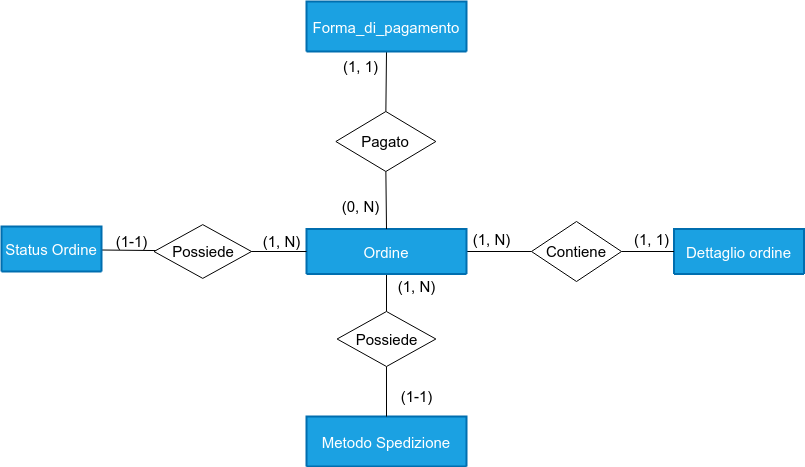
Above: doc/ordine/ordine_scheletro.png in EndriDomiUni/E-commerce (draw.io), before the change. Source tidied: cells renumbered, new cells last; positions are measured from the earlier drawing's top-left corner, leaving out a move shared by most shapes.
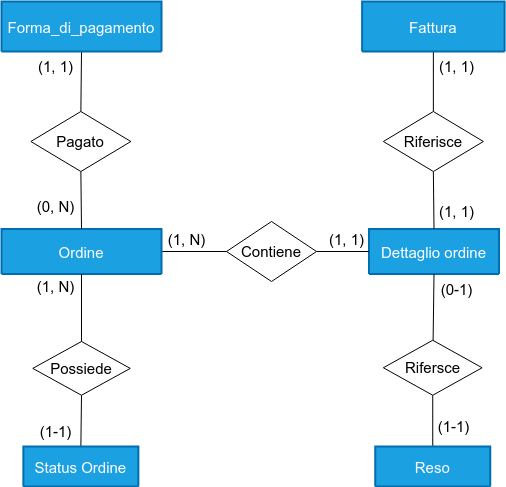
The same diagram one commit later.

Change to the diagram source:
```diff
@@ -2,26 +2,14 @@
   <root>
     <mxCell id="0" />
     <mxCell id="1" parent="0" />
-    <mxCell id="2" value="Metodo Spedizione" style="swimlane;horizontal=1;startSize=90;rounded=1;fontSize=15;fontStyle=0;strokeWidth=2;shadow=0;dashed=0;align=center;fillColor=#1ba1e2;fontColor=#ffffff;strokeColor=#006EAF;" parent="1" vertex="1">
-      <mxGeometry x="305" y="415" width="160" height="50" as="geometry" />
-    </mxCell>
-    <mxCell id="3" style="edgeStyle=none;html=1;exitX=1;exitY=0.5;exitDx=0;exitDy=0;entryX=0;entryY=0.5;entryDx=0;entryDy=0;startArrow=none;startFill=0;endArrow=none;endFill=0;fontSize=15;" parent="1" edge="1" source="4" target="8">
+    <mxCell id="3" style="edgeStyle=none;html=1;exitX=0.5;exitY=1;exitDx=0;exitDy=0;entryX=0.5;entryY=0;entryDx=0;entryDy=0;endArrow=none;endFill=0;" parent="1" edge="1" source="4" target="8">
       <mxGeometry relative="1" as="geometry" />
     </mxCell>
     <mxCell id="4" value="Possiede" style="shape=rhombus;perimeter=rhombusPerimeter;whiteSpace=wrap;html=1;align=center;fontSize=15;" parent="1" vertex="1">
-      <mxGeometry x="152.5" y="223.1" width="97.5" height="53.8" as="geometry" />
+      <mxGeometry x="336.2" y="340" width="97.5" height="53.8" as="geometry" />
     </mxCell>
-    <mxCell id="5" style="edgeStyle=none;html=1;exitX=0.5;exitY=1;exitDx=0;exitDy=0;entryX=0.5;entryY=0;entryDx=0;entryDy=0;startArrow=none;startFill=0;endArrow=none;endFill=0;fontSize=15;" parent="1" edge="1" source="7" target="2">
-      <mxGeometry relative="1" as="geometry" />
-    </mxCell>
-    <mxCell id="6" style="edgeStyle=none;html=1;exitX=0.5;exitY=0;exitDx=0;exitDy=0;entryX=0.5;entryY=1;entryDx=0;entryDy=0;startArrow=none;startFill=0;endArrow=none;endFill=0;fontSize=15;" parent="1" edge="1" source="7" target="21">
-      <mxGeometry relative="1" as="geometry" />
-    </mxCell>
-    <mxCell id="7" value="Possiede" style="shape=rhombus;perimeter=rhombusPerimeter;whiteSpace=wrap;html=1;align=center;fontSize=15;" parent="1" vertex="1">
-      <mxGeometry x="335.6" y="310" width="98.8" height="55" as="geometry" />
-    </mxCell>
     <mxCell id="8" value="Status Ordine" style="swimlane;horizontal=1;startSize=50;rounded=1;fontSize=15;fontStyle=0;strokeWidth=2;shadow=0;dashed=0;align=center;fillColor=#1ba1e2;fontColor=#ffffff;strokeColor=#006EAF;" parent="1" vertex="1">
-      <mxGeometry y="225" width="100" height="45" as="geometry" />
+      <mxGeometry x="326.9" y="445" width="115" height="40" as="geometry" />
     </mxCell>
     <mxCell id="9" value="Dettaglio ordine" style="swimlane;horizontal=1;startSize=65;rounded=1;fontSize=15;fontStyle=0;strokeWidth=2;shadow=0;dashed=0;align=center;fillColor=#1ba1e2;fontColor=#ffffff;strokeColor=#006EAF;" parent="1" vertex="1">
       <mxGeometry x="672.5" y="227.5" width="130" height="45" as="geometry" />
@@ -45,24 +33,18 @@
       <mxGeometry x="620" y="222.5" width="60" height="30" as="geometry" />
     </mxCell>
     <mxCell id="16" value="(1-1)" style="text;html=1;align=center;verticalAlign=middle;strokeColor=none;fillColor=none;fontSize=15;" parent="1" vertex="1">
-      <mxGeometry x="100" y="225" width="60" height="30" as="geometry" />
+      <mxGeometry x="329.4" y="415" width="60" height="30" as="geometry" />
     </mxCell>
-    <mxCell id="17" value="(1-1)" style="text;html=1;align=center;verticalAlign=middle;strokeColor=none;fillColor=none;fontSize=15;" parent="1" vertex="1">
-      <mxGeometry x="385" y="380" width="60" height="30" as="geometry" />
-    </mxCell>
     <mxCell id="18" value="(1, N)" style="text;html=1;align=center;verticalAlign=middle;strokeColor=none;fillColor=none;fontSize=15;" parent="1" vertex="1">
-      <mxGeometry x="250" y="225" width="60" height="30" as="geometry" />
+      <mxGeometry x="329.4" y="270" width="60" height="30" as="geometry" />
     </mxCell>
-    <mxCell id="19" value="(1, N)" style="text;html=1;align=center;verticalAlign=middle;strokeColor=none;fillColor=none;fontSize=15;" parent="1" vertex="1">
-      <mxGeometry x="385" y="270" width="60" height="30" as="geometry" />
-    </mxCell>
     <mxCell id="20" value="(0, N)" style="text;html=1;align=center;verticalAlign=middle;strokeColor=none;fillColor=none;fontSize=15;" parent="1" vertex="1">
       <mxGeometry x="329.4" y="190" width="60" height="30" as="geometry" />
     </mxCell>
     <mxCell id="21" value="Ordine" style="swimlane;horizontal=1;startSize=65;rounded=1;fontSize=15;fontStyle=0;strokeWidth=2;shadow=0;dashed=0;align=center;fillColor=#1ba1e2;fontColor=#ffffff;strokeColor=#006EAF;" parent="1" vertex="1">
       <mxGeometry x="305" y="227.5" width="160" height="45" as="geometry" />
     </mxCell>
-    <mxCell id="22" style="edgeStyle=none;html=1;exitX=1;exitY=0.5;exitDx=0;exitDy=0;entryX=0;entryY=0.5;entryDx=0;entryDy=0;startArrow=none;startFill=0;endArrow=none;endFill=0;fontSize=15;" parent="1" edge="1" source="4" target="21">
+    <mxCell id="22" style="edgeStyle=none;html=1;exitX=0.5;exitY=0;exitDx=0;exitDy=0;entryX=0.5;entryY=1;entryDx=0;entryDy=0;startArrow=none;startFill=0;endArrow=none;endFill=0;fontSize=15;" parent="1" edge="1" source="4" target="21">
       <mxGeometry relative="1" as="geometry" />
     </mxCell>
     <mxCell id="23" style="edgeStyle=none;html=1;exitX=0.5;exitY=1;exitDx=0;exitDy=0;entryX=0.5;entryY=0;entryDx=0;entryDy=0;endArrow=none;endFill=0;fontSize=15;" parent="1" edge="1" source="25" target="21">
@@ -80,5 +62,41 @@
     <mxCell id="27" value="(1, 1)" style="text;html=1;align=center;verticalAlign=middle;strokeColor=none;fillColor=none;fontSize=15;" parent="1" vertex="1">
       <mxGeometry x="329.4" y="50" width="60" height="30" as="geometry" />
     </mxCell>
+    <mxCell id="28" style="edgeStyle=none;html=1;exitX=0.5;exitY=0;exitDx=0;exitDy=0;entryX=0.5;entryY=1;entryDx=0;entryDy=0;endArrow=none;endFill=0;fontSize=15;" parent="1" edge="1" source="30" target="31">
+      <mxGeometry relative="1" as="geometry" />
+    </mxCell>
+    <mxCell id="29" style="edgeStyle=none;html=1;exitX=0.5;exitY=1;exitDx=0;exitDy=0;entryX=0.5;entryY=0;entryDx=0;entryDy=0;endArrow=none;endFill=0;" parent="1" edge="1" source="30" target="9">
+      <mxGeometry relative="1" as="geometry" />
+    </mxCell>
+    <mxCell id="30" value="Riferisce" style="rhombus;whiteSpace=wrap;html=1;fontSize=15;" parent="1" vertex="1">
+      <mxGeometry x="686.9" y="110" width="100" height="60" as="geometry" />
+    </mxCell>
+    <mxCell id="31" value="Fattura" style="swimlane;horizontal=1;startSize=50;rounded=1;fontSize=15;fontStyle=0;strokeWidth=2;shadow=0;dashed=0;align=center;fillColor=#1ba1e2;fontColor=#ffffff;strokeColor=#006EAF;" parent="1" vertex="1">
+      <mxGeometry x="665.6" width="142.5" height="50" as="geometry" />
+    </mxCell>
+    <mxCell id="32" value="(1, 1)" style="text;html=1;align=center;verticalAlign=middle;strokeColor=none;fillColor=none;fontSize=15;" parent="1" vertex="1">
+      <mxGeometry x="730" y="50" width="60" height="30" as="geometry" />
+    </mxCell>
+    <mxCell id="33" value="(1, 1)" style="text;html=1;align=center;verticalAlign=middle;strokeColor=none;fillColor=none;fontSize=15;" parent="1" vertex="1">
+      <mxGeometry x="730" y="195" width="60" height="30" as="geometry" />
+    </mxCell>
+    <mxCell id="34" style="edgeStyle=none;html=1;exitX=0.5;exitY=1;exitDx=0;exitDy=0;entryX=0.5;entryY=0;entryDx=0;entryDy=0;startArrow=none;startFill=0;endArrow=none;endFill=0;fontSize=15;" parent="1" edge="1" source="36" target="38">
+      <mxGeometry relative="1" as="geometry" />
+    </mxCell>
+    <mxCell id="35" style="edgeStyle=none;html=1;entryX=0.5;entryY=1;entryDx=0;entryDy=0;endArrow=none;endFill=0;" parent="1" edge="1" source="36" target="9">
+      <mxGeometry relative="1" as="geometry" />
+    </mxCell>
+    <mxCell id="36" value="Rifersce" style="shape=rhombus;perimeter=rhombusPerimeter;whiteSpace=wrap;html=1;align=center;fontSize=15;" parent="1" vertex="1">
+      <mxGeometry x="686.9" y="338.8" width="98.8" height="55" as="geometry" />
+    </mxCell>
+    <mxCell id="17" value="(1-1)" style="text;html=1;align=center;verticalAlign=middle;strokeColor=none;fillColor=none;fontSize=15;" parent="1" vertex="1">
+      <mxGeometry x="726.9" y="410" width="60" height="30" as="geometry" />
+    </mxCell>
+    <mxCell id="37" value="(0-1)" style="text;html=1;align=center;verticalAlign=middle;strokeColor=none;fillColor=none;fontSize=15;" parent="1" vertex="1">
+      <mxGeometry x="730" y="272.5" width="60" height="30" as="geometry" />
+    </mxCell>
+    <mxCell id="38" value="Reso" style="swimlane;horizontal=1;startSize=50;rounded=1;fontSize=15;fontStyle=0;strokeWidth=2;shadow=0;dashed=0;align=center;fillColor=#1ba1e2;fontColor=#ffffff;strokeColor=#006EAF;" parent="1" vertex="1">
+      <mxGeometry x="678.8" y="445" width="115" height="40" as="geometry" />
+    </mxCell>
   </root>
 </mxGraphModel>
```
